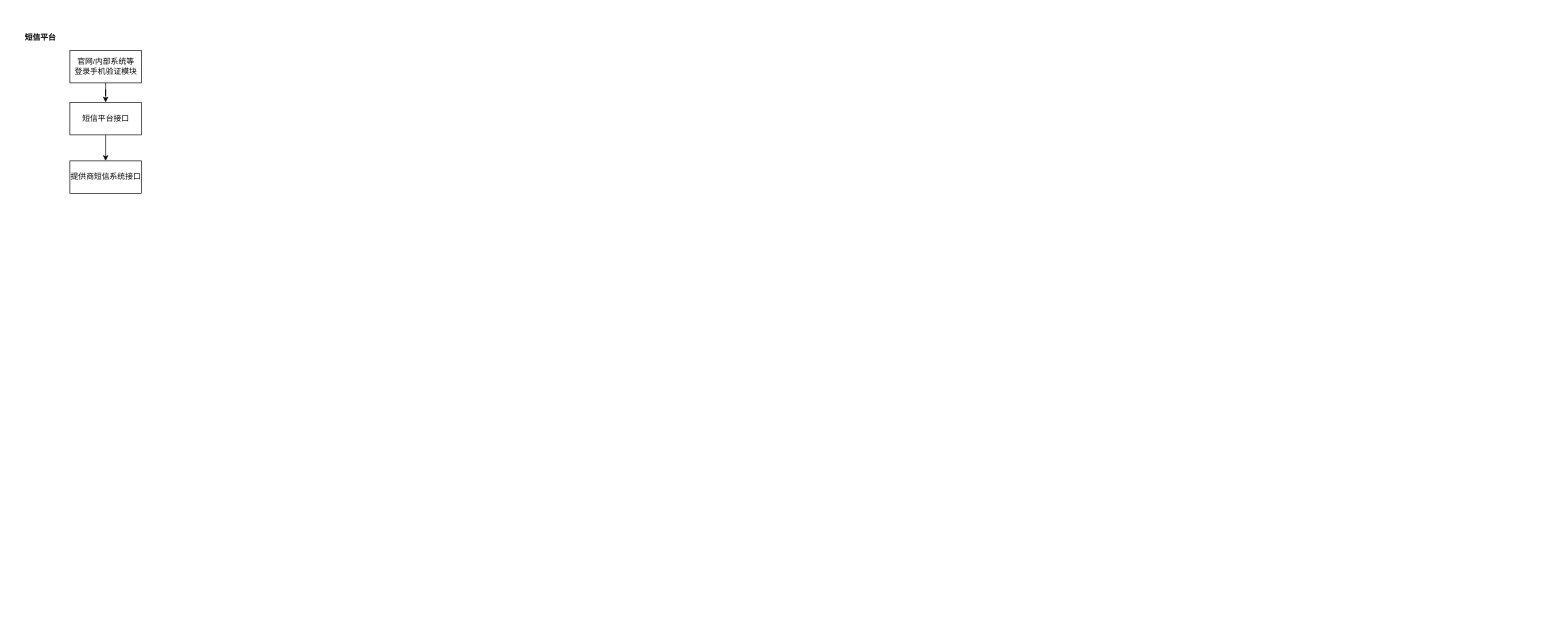
Above: page "短信&&白名单接口" (4 of 6) of devops.drawio in mashifei/uml (draw.io), before the change. Source tidied: cells renumbered, new cells numbered last; positions are measured from the earlier drawing's top-left corner, leaving out a move shared by most shapes. Both pictures are drawn from the tidied source at 65%, with x=0, y=0 at pixel (11, 31).
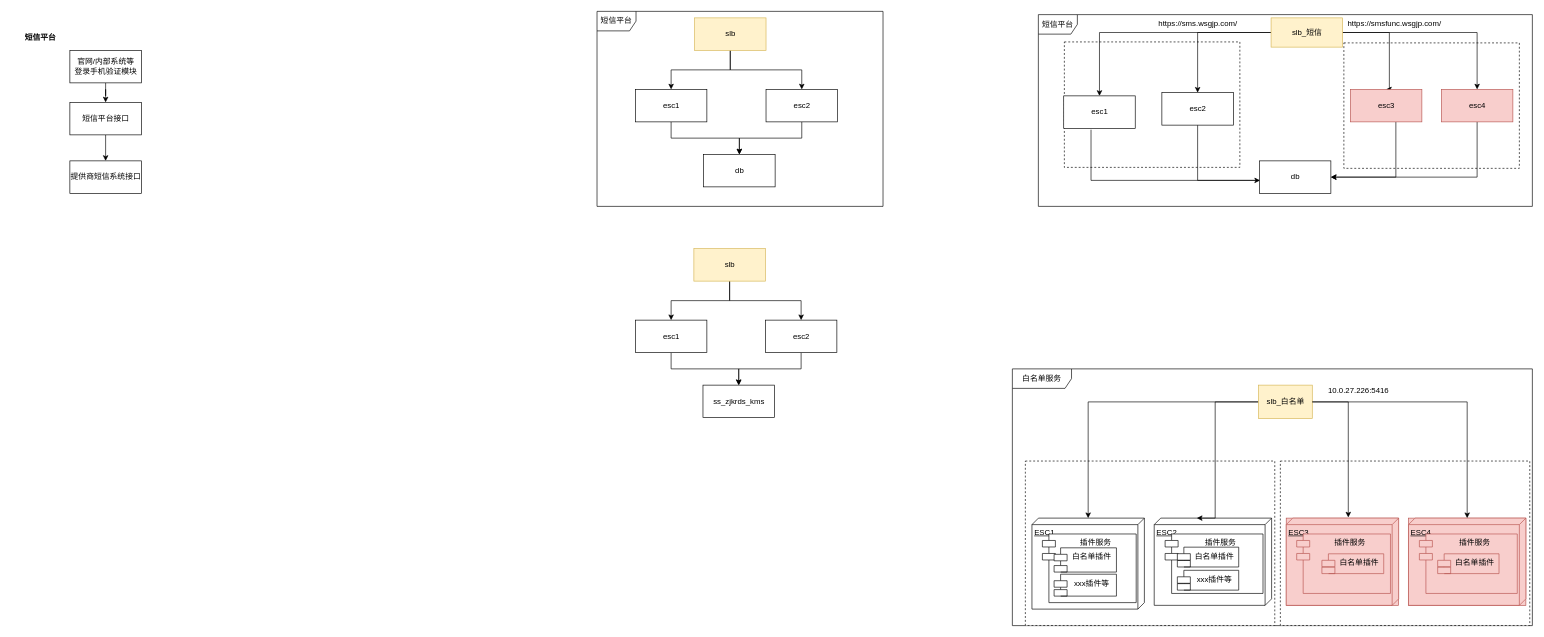
Above is the later version.

What changed in the source:
```diff
@@
+    <mxCell id="8" style="html=1;strokeColor=#000000;dashed=1;" parent="1" vertex="1">
+      <mxGeometry x="2050" y="18.5" width="270" height="193" as="geometry" />
+    </mxCell>
+    <mxCell id="9" style="html=1;strokeColor=#000000;dashed=1;" parent="1" vertex="1">
+      <mxGeometry x="1620" y="17" width="270" height="193" as="geometry" />
+    </mxCell>
@@
+    <mxCell id="10" value="短信平台" style="shape=umlFrame;whiteSpace=wrap;html=1;" parent="1" vertex="1">
+      <mxGeometry x="901" y="-30" width="440" height="300" as="geometry" />
+    </mxCell>
+    <mxCell id="11" style="edgeStyle=orthogonalEdgeStyle;rounded=0;jettySize=auto;html=1;" parent="1" edge="1" source="13" target="15">
+      <mxGeometry relative="1" as="geometry" />
+    </mxCell>
+    <mxCell id="12" style="edgeStyle=orthogonalEdgeStyle;rounded=0;jettySize=auto;html=1;" parent="1" edge="1" source="13" target="17">
+      <mxGeometry relative="1" as="geometry" />
+    </mxCell>
+    <mxCell id="13" value="slb" style="html=1;fillColor=#fff2cc;strokeColor=#d6b656;" parent="1" vertex="1">
+      <mxGeometry x="1051" y="-20" width="110" height="50" as="geometry" />
+    </mxCell>
+    <mxCell id="14" style="edgeStyle=orthogonalEdgeStyle;rounded=0;jettySize=auto;html=1;" parent="1" edge="1" source="15" target="18">
+      <mxGeometry relative="1" as="geometry" />
+    </mxCell>
+    <mxCell id="15" value="esc1" style="html=1;" parent="1" vertex="1">
+      <mxGeometry x="960" y="90" width="110" height="50" as="geometry" />
+    </mxCell>
+    <mxCell id="16" style="edgeStyle=orthogonalEdgeStyle;rounded=0;jettySize=auto;html=1;entryX=0.5;entryY=0;entryDx=0;entryDy=0;" parent="1" edge="1" source="17" target="18">
+      <mxGeometry relative="1" as="geometry" />
+    </mxCell>
+    <mxCell id="17" value="esc2" style="html=1;" parent="1" vertex="1">
+      <mxGeometry x="1161" y="90" width="110" height="50" as="geometry" />
+    </mxCell>
+    <mxCell id="18" value="db" style="html=1;" parent="1" vertex="1">
+      <mxGeometry x="1065" y="190" width="110" height="50" as="geometry" />
+    </mxCell>
+    <mxCell id="19" style="edgeStyle=orthogonalEdgeStyle;rounded=0;jettySize=auto;html=1;" parent="1" edge="1" source="21" target="23">
+      <mxGeometry relative="1" as="geometry" />
+    </mxCell>
+    <mxCell id="20" style="edgeStyle=orthogonalEdgeStyle;rounded=0;jettySize=auto;html=1;" parent="1" edge="1" source="21" target="25">
+      <mxGeometry relative="1" as="geometry" />
+    </mxCell>
+    <mxCell id="21" value="slb" style="html=1;fillColor=#fff2cc;strokeColor=#d6b656;" parent="1" vertex="1">
+      <mxGeometry x="1050" y="335" width="110" height="50" as="geometry" />
+    </mxCell>
+    <mxCell id="22" style="edgeStyle=orthogonalEdgeStyle;rounded=0;jettySize=auto;html=1;" parent="1" edge="1" source="23" target="26">
+      <mxGeometry relative="1" as="geometry" />
+    </mxCell>
+    <mxCell id="23" value="esc1" style="html=1;" parent="1" vertex="1">
+      <mxGeometry x="960" y="445" width="110" height="50" as="geometry" />
+    </mxCell>
+    <mxCell id="24" style="edgeStyle=orthogonalEdgeStyle;rounded=0;jettySize=auto;html=1;entryX=0.5;entryY=0;entryDx=0;entryDy=0;" parent="1" edge="1" source="25" target="26">
+      <mxGeometry relative="1" as="geometry" />
+    </mxCell>
+    <mxCell id="25" value="esc2" style="html=1;" parent="1" vertex="1">
+      <mxGeometry x="1160" y="445" width="110" height="50" as="geometry" />
+    </mxCell>
+    <mxCell id="26" value="ss_zjkrds_kms" style="html=1;" parent="1" vertex="1">
+      <mxGeometry x="1064" y="545" width="110" height="50" as="geometry" />
+    </mxCell>
+    <mxCell id="27" value="短信平台" style="shape=umlFrame;whiteSpace=wrap;html=1;" parent="1" vertex="1">
+      <mxGeometry x="1580" y="-25" width="760" height="295" as="geometry" />
+    </mxCell>
+    <mxCell id="28" style="edgeStyle=orthogonalEdgeStyle;rounded=0;jettySize=auto;html=1;" parent="1" edge="1" source="32" target="34">
+      <mxGeometry relative="1" as="geometry" />
+    </mxCell>
+    <mxCell id="29" style="edgeStyle=orthogonalEdgeStyle;rounded=0;jettySize=auto;html=1;" parent="1" edge="1" source="32" target="36">
+      <mxGeometry relative="1" as="geometry" />
+    </mxCell>
+    <mxCell id="30" style="edgeStyle=orthogonalEdgeStyle;rounded=0;jettySize=auto;html=1;exitX=1;exitY=0.5;exitDx=0;exitDy=0;entryX=0.5;entryY=0;entryDx=0;entryDy=0;" parent="1" edge="1" source="32" target="39">
+      <mxGeometry relative="1" as="geometry">
+        <Array as="points">
+          <mxPoint x="2120" y="3" />
+          <mxPoint x="2120" y="90" />
+        </Array>
+      </mxGeometry>
+    </mxCell>
+    <mxCell id="31" style="edgeStyle=orthogonalEdgeStyle;rounded=0;jettySize=auto;html=1;entryX=0.5;entryY=0;entryDx=0;entryDy=0;" parent="1" edge="1" source="32" target="41">
+      <mxGeometry relative="1" as="geometry" />
+    </mxCell>
+    <mxCell id="32" value="slb_短信" style="html=1;fillColor=#fff2cc;strokeColor=#d6b656;" parent="1" vertex="1">
+      <mxGeometry x="1938" y="-20" width="110" height="45" as="geometry" />
+    </mxCell>
+    <mxCell id="33" style="edgeStyle=orthogonalEdgeStyle;rounded=0;orthogonalLoop=1;jettySize=auto;html=1;exitX=0.382;exitY=1.08;exitDx=0;exitDy=0;exitPerimeter=0;entryX=0.009;entryY=0.64;entryDx=0;entryDy=0;entryPerimeter=0;" parent="1" edge="1">
+      <mxGeometry relative="1" as="geometry">
+        <mxPoint x="1661" y="152" as="sourcePoint" />
+        <mxPoint x="1921" y="230" as="targetPoint" />
+        <Array as="points">
+          <mxPoint x="1661" y="230" />
+        </Array>
+      </mxGeometry>
+    </mxCell>
+    <mxCell id="34" value="esc1" style="html=1;" parent="1" vertex="1">
+      <mxGeometry x="1619" y="100" width="110" height="50" as="geometry" />
+    </mxCell>
+    <mxCell id="35" style="edgeStyle=orthogonalEdgeStyle;rounded=0;jettySize=auto;html=1;entryX=0;entryY=0.75;entryDx=0;entryDy=0;exitX=0.5;exitY=1;exitDx=0;exitDy=0;" parent="1" edge="1" source="36">
+      <mxGeometry relative="1" as="geometry">
+        <mxPoint x="1937" y="237.5" as="targetPoint" />
+        <Array as="points">
+          <mxPoint x="1825" y="230" />
+          <mxPoint x="1937" y="230" />
+        </Array>
+      </mxGeometry>
+    </mxCell>
+    <mxCell id="36" value="esc2" style="html=1;" parent="1" vertex="1">
+      <mxGeometry x="1770" y="95" width="110" height="50" as="geometry" />
+    </mxCell>
+    <mxCell id="37" value="db" style="html=1;" parent="1" vertex="1">
+      <mxGeometry x="1920" y="200" width="110" height="50" as="geometry" />
+    </mxCell>
+    <mxCell id="38" style="edgeStyle=orthogonalEdgeStyle;rounded=0;jettySize=auto;html=1;entryX=1;entryY=0.5;entryDx=0;entryDy=0;" parent="1" edge="1" source="39" target="37">
+      <mxGeometry relative="1" as="geometry">
+        <Array as="points">
+          <mxPoint x="2130" y="225" />
+        </Array>
+      </mxGeometry>
+    </mxCell>
+    <mxCell id="39" value="esc3" style="html=1;fillColor=#f8cecc;strokeColor=#b85450;" parent="1" vertex="1">
+      <mxGeometry x="2060" y="90" width="110" height="50" as="geometry" />
+    </mxCell>
+    <mxCell id="40" style="edgeStyle=orthogonalEdgeStyle;rounded=0;jettySize=auto;html=1;entryX=1;entryY=0.5;entryDx=0;entryDy=0;" parent="1" edge="1" source="41" target="37">
+      <mxGeometry relative="1" as="geometry">
+        <Array as="points">
+          <mxPoint x="2255" y="225" />
+        </Array>
+      </mxGeometry>
+    </mxCell>
+    <mxCell id="41" value="esc4" style="html=1;fillColor=#f8cecc;strokeColor=#b85450;" parent="1" vertex="1">
+      <mxGeometry x="2200" y="90" width="110" height="50" as="geometry" />
+    </mxCell>
+    <mxCell id="42" value="白名单服务" style="shape=umlFrame;whiteSpace=wrap;html=1;width=91;height=30;" parent="1" vertex="1">
+      <mxGeometry x="1540" y="520" width="800" height="395" as="geometry" />
+    </mxCell>
+    <mxCell id="43" style="html=1;strokeColor=#000000;dashed=1;" parent="1" vertex="1">
+      <mxGeometry x="1952.3" y="661.8" width="383.7" height="253" as="geometry" />
+    </mxCell>
+    <mxCell id="44" style="html=1;strokeColor=#000000;dashed=1;" parent="1" vertex="1">
+      <mxGeometry x="1560" y="661.8" width="383.7" height="253" as="geometry" />
+    </mxCell>
+    <mxCell id="45" style="group;" parent="1" vertex="1">
+      <mxGeometry x="1570.1" y="749.6" width="173" height="140" as="geometry" />
+    </mxCell>
+    <mxCell id="46" value="ESC1" style="verticalAlign=top;align=left;spacingTop=8;spacingLeft=2;spacingRight=12;shape=cube;size=10;direction=south;fontStyle=4;html=1;strokeColor=#000000;" parent="45" vertex="1">
+      <mxGeometry width="173" height="140" as="geometry" />
+    </mxCell>
+    <mxCell id="47" value="插件服务" style="shape=module;align=left;spacingLeft=20;align=center;verticalAlign=top;strokeColor=#000000;" parent="45" vertex="1">
+      <mxGeometry x="16.1" y="24.4" width="144.3" height="105.6" as="geometry" />
+    </mxCell>
+    <mxCell id="48" value="白名单插件" style="shape=module;align=left;spacingLeft=20;align=center;verticalAlign=top;strokeColor=#000000;" parent="45" vertex="1">
+      <mxGeometry x="34.1" y="45.7" width="95.9" height="37.3" as="geometry" />
+    </mxCell>
+    <mxCell id="49" value="xxx插件等" style="shape=module;align=left;spacingLeft=20;align=center;verticalAlign=top;strokeColor=#000000;" parent="45" vertex="1">
+      <mxGeometry x="34.1" y="86.3" width="95.9" height="33.7" as="geometry" />
+    </mxCell>
+    <mxCell id="50" style="group;" parent="1" vertex="1">
+      <mxGeometry x="1758.2" y="749.6" width="180.6" height="134.2" as="geometry" />
+    </mxCell>
+    <mxCell id="51" value="ESC2" style="verticalAlign=top;align=left;spacingTop=8;spacingLeft=2;spacingRight=12;shape=cube;size=10;direction=south;fontStyle=4;html=1;strokeColor=#000000;" parent="50" vertex="1">
+      <mxGeometry width="180.6" height="134.2" as="geometry" />
+    </mxCell>
+    <mxCell id="52" value="插件服务" style="shape=module;align=left;spacingLeft=20;align=center;verticalAlign=top;strokeColor=#000000;" parent="50" vertex="1">
+      <mxGeometry x="16.8" y="24.4" width="150.6" height="91.5" as="geometry" />
+    </mxCell>
+    <mxCell id="53" value="白名单插件" style="shape=module;align=left;spacingLeft=20;align=center;verticalAlign=top;strokeColor=#000000;" parent="50" vertex="1">
+      <mxGeometry x="35.6" y="44.7" width="94.4" height="30.5" as="geometry" />
+    </mxCell>
+    <mxCell id="54" value="xxx插件等" style="shape=module;align=left;spacingLeft=20;align=center;verticalAlign=top;strokeColor=#000000;" parent="50" vertex="1">
+      <mxGeometry x="35.6" y="80.3" width="94.4" height="30.5" as="geometry" />
+    </mxCell>
+    <mxCell id="55" style="edgeStyle=orthogonalEdgeStyle;rounded=0;jettySize=auto;html=1;" parent="1" edge="1" source="57" target="46">
+      <mxGeometry relative="1" as="geometry" />
+    </mxCell>
+    <mxCell id="56" style="edgeStyle=orthogonalEdgeStyle;rounded=0;jettySize=auto;html=1;entryX=0;entryY=0;entryDx=0;entryDy=115;entryPerimeter=0;" parent="1" edge="1" source="57" target="51">
+      <mxGeometry relative="1" as="geometry">
+        <Array as="points">
+          <mxPoint x="1852" y="571" />
+          <mxPoint x="1852" y="750" />
+        </Array>
+      </mxGeometry>
+    </mxCell>
+    <mxCell id="57" value="slb_白名单" style="html=1;fillColor=#fff2cc;strokeColor=#d6b656;" parent="1" vertex="1">
+      <mxGeometry x="1918.6" y="545" width="82.8" height="51.6" as="geometry" />
+    </mxCell>
+    <mxCell id="58" style="group;fillColor=#f8cecc;strokeColor=#b85450;" parent="1" vertex="1">
+      <mxGeometry x="1961.3" y="749.6" width="173" height="134.2" as="geometry" />
+    </mxCell>
+    <mxCell id="59" value="ESC3" style="verticalAlign=top;align=left;spacingTop=8;spacingLeft=2;spacingRight=12;shape=cube;size=10;direction=south;fontStyle=4;html=1;strokeColor=#b85450;fillColor=#f8cecc;" parent="58" vertex="1">
+      <mxGeometry width="173" height="134.2" as="geometry" />
+    </mxCell>
+    <mxCell id="60" value="插件服务" style="shape=module;align=left;spacingLeft=20;align=center;verticalAlign=top;strokeColor=#b85450;fillColor=#f8cecc;" parent="58" vertex="1">
+      <mxGeometry x="16.1" y="24.4" width="144.3" height="91.5" as="geometry" />
+    </mxCell>
+    <mxCell id="61" value="白名单插件" style="shape=module;align=left;spacingLeft=20;align=center;verticalAlign=top;strokeColor=#b85450;fillColor=#f8cecc;" parent="58" vertex="1">
+      <mxGeometry x="54.9" y="54.9" width="95.1" height="30.5" as="geometry" />
+    </mxCell>
+    <mxCell id="62" style="edgeStyle=orthogonalEdgeStyle;rounded=0;jettySize=auto;html=1;entryX=-0.008;entryY=0.448;entryDx=0;entryDy=0;entryPerimeter=0;" parent="1" edge="1" source="57" target="59">
+      <mxGeometry relative="1" as="geometry">
+        <Array as="points">
+          <mxPoint x="2057" y="571" />
+        </Array>
+      </mxGeometry>
+    </mxCell>
+    <mxCell id="63" style="group;fillColor=#f8cecc;strokeColor=#b85450;" parent="1" vertex="1">
+      <mxGeometry x="2149.4" y="749.6" width="180.6" height="134.2" as="geometry" />
+    </mxCell>
+    <mxCell id="64" value="ESC4" style="verticalAlign=top;align=left;spacingTop=8;spacingLeft=2;spacingRight=12;shape=cube;size=10;direction=south;fontStyle=4;html=1;strokeColor=#b85450;fillColor=#f8cecc;" parent="63" vertex="1">
+      <mxGeometry width="180.6" height="134.2" as="geometry" />
+    </mxCell>
+    <mxCell id="65" value="插件服务" style="shape=module;align=left;spacingLeft=20;align=center;verticalAlign=top;strokeColor=#b85450;fillColor=#f8cecc;" parent="63" vertex="1">
+      <mxGeometry x="16.8" y="24.4" width="150.6" height="91.5" as="geometry" />
+    </mxCell>
+    <mxCell id="66" value="白名单插件" style="shape=module;align=left;spacingLeft=20;align=center;verticalAlign=top;strokeColor=#b85450;fillColor=#f8cecc;" parent="63" vertex="1">
+      <mxGeometry x="44.9" y="54.9" width="94.4" height="30.5" as="geometry" />
+    </mxCell>
+    <mxCell id="67" style="edgeStyle=orthogonalEdgeStyle;rounded=0;jettySize=auto;html=1;" parent="1" edge="1" source="57" target="64">
+      <mxGeometry relative="1" as="geometry" />
+    </mxCell>
+    <mxCell id="68" value="https://sms.wsgjp.com/" style="text;strokeColor=none;fillColor=none;align=left;verticalAlign=top;spacingLeft=4;spacingRight=4;overflow=hidden;dashed=1;" parent="1" vertex="1">
+      <mxGeometry x="1759" y="-25" width="161" height="26" as="geometry" />
+    </mxCell>
+    <mxCell id="69" value="https://smsfunc.wsgjp.com/" style="text;strokeColor=none;fillColor=none;align=left;verticalAlign=top;spacingLeft=4;spacingRight=4;overflow=hidden;dashed=1;" parent="1" vertex="1">
+      <mxGeometry x="2050" y="-25" width="161" height="26" as="geometry" />
+    </mxCell>
+    <mxCell id="70" value="10.0.27.226:5416&#10;" style="text;strokeColor=none;fillColor=none;align=left;verticalAlign=top;spacingLeft=4;spacingRight=4;overflow=hidden;dashed=1;" parent="1" vertex="1">
+      <mxGeometry x="2020" y="540" width="161" height="26" as="geometry" />
+    </mxCell>
```
